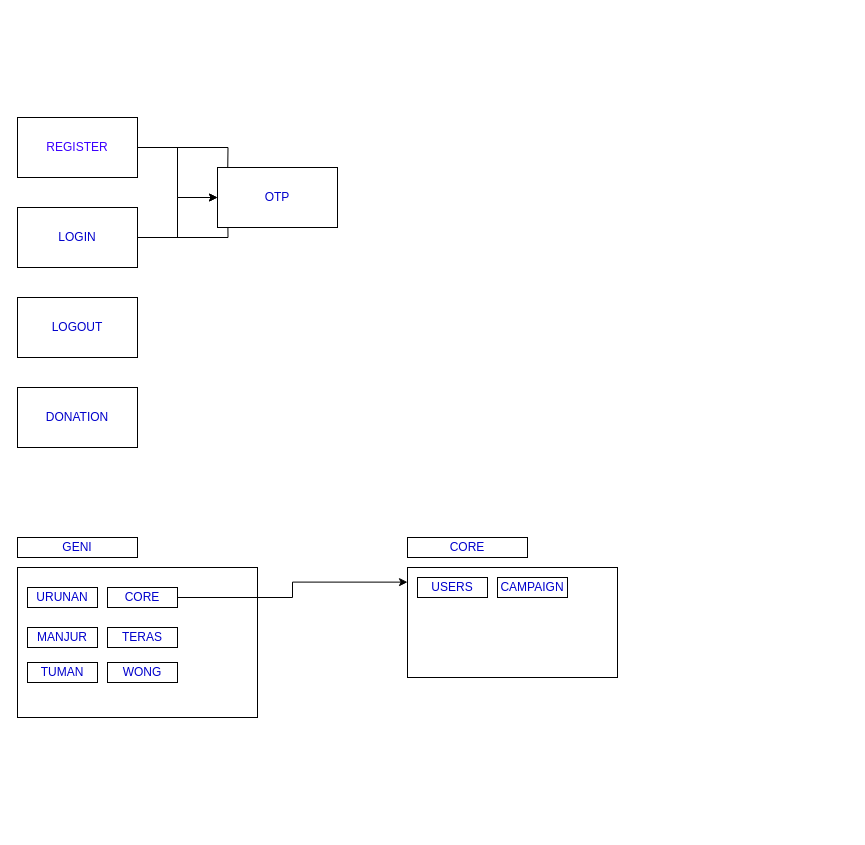
This is page "WB" (2 of 3) of KTBS-DAS-System-Diagram.drawio from WisnuBramantyo/KTBS-Testing, a draw.io file, before an edit. Source tidied: cells renumbered, new cells numbered last; positions are measured from the earlier drawing's top-left corner, leaving out a move shared by most shapes. Both pictures are drawn from the tidied source at 100%, with x=0, y=0 at pixel (17, 117).
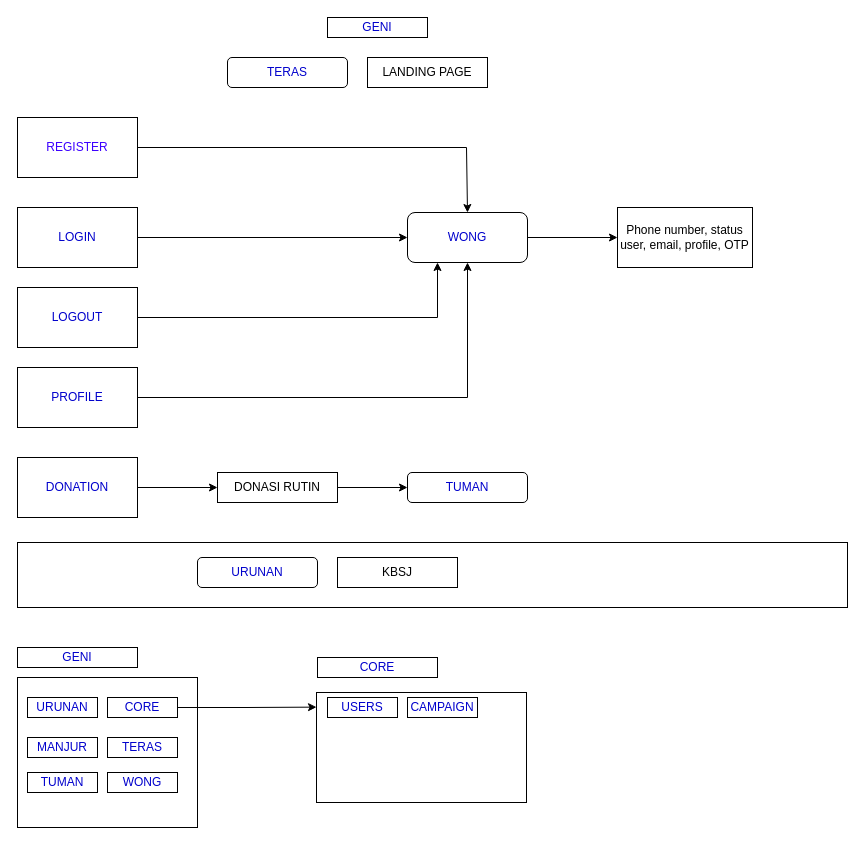
The same diagram, later.

Unchanged cells that the change refers to:
```xml
<mxCell id="4" value="&lt;font color=&quot;#0000cc&quot;&gt;LOGIN&lt;/font&gt;&lt;br&gt;" style="rounded=0;whiteSpace=wrap;html=1;" parent="1" vertex="1">
  <mxGeometry y="90" width="120" height="60" as="geometry" />
</mxCell>
<mxCell id="7" value="&lt;font color=&quot;#3c00ff&quot;&gt;REGISTER&lt;/font&gt;" style="rounded=0;whiteSpace=wrap;html=1;" parent="1" vertex="1">
  <mxGeometry width="120" height="60" as="geometry" />
</mxCell>
```

Change to the diagram source:
```diff
@@
-    <mxCell id="2" style="edgeStyle=orthogonalEdgeStyle;rounded=0;jettySize=auto;html=1;entryX=0;entryY=0.5;entryDx=0;entryDy=0;" parent="1" edge="1" source="4">
-      <mxGeometry relative="1" as="geometry">
-        <mxPoint x="210" y="70" as="targetPoint" />
-      </mxGeometry>
-    </mxCell>
-    <mxCell id="3" style="edgeStyle=orthogonalEdgeStyle;rounded=0;jettySize=auto;html=1;" parent="1" edge="1" source="4" target="10">
-      <mxGeometry relative="1" as="geometry" />
-    </mxCell>
+    <mxCell id="24" style="rounded=0;whiteSpace=wrap;html=1;" parent="1" vertex="1">
+      <mxGeometry y="425" width="830" height="65" as="geometry" />
+    </mxCell>
+    <mxCell id="25" style="edgeStyle=orthogonalEdgeStyle;rounded=0;jettySize=auto;html=1;entryX=0;entryY=0.5;entryDx=0;entryDy=0;" parent="1" edge="1" source="4" target="30">
+      <mxGeometry relative="1" as="geometry" />
+    </mxCell>
@@
-    <mxCell id="5" style="edgeStyle=orthogonalEdgeStyle;rounded=0;jettySize=auto;html=1;" parent="1" edge="1" source="7">
-      <mxGeometry relative="1" as="geometry">
-        <mxPoint x="210" y="70" as="targetPoint" />
-      </mxGeometry>
-    </mxCell>
-    <mxCell id="6" style="edgeStyle=orthogonalEdgeStyle;rounded=0;jettySize=auto;html=1;" parent="1" edge="1" source="7" target="10">
-      <mxGeometry relative="1" as="geometry" />
-    </mxCell>
+    <mxCell id="26" style="edgeStyle=orthogonalEdgeStyle;rounded=0;jettySize=auto;html=1;entryX=0.5;entryY=0;entryDx=0;entryDy=0;" parent="1" edge="1" source="7" target="30">
+      <mxGeometry relative="1" as="geometry">
+        <Array as="points">
+          <mxPoint x="449" y="30" />
+        </Array>
+      </mxGeometry>
+    </mxCell>
@@
+    <mxCell id="27" style="edgeStyle=orthogonalEdgeStyle;rounded=0;jettySize=auto;html=1;entryX=0.5;entryY=1;entryDx=0;entryDy=0;" parent="1" edge="1" source="8" target="30">
+      <mxGeometry relative="1" as="geometry" />
+    </mxCell>
-    <mxCell id="8" value="&lt;font color=&quot;#0000cc&quot;&gt;LOGOUT&lt;/font&gt;" style="rounded=0;whiteSpace=wrap;html=1;" parent="1" vertex="1">
-      <mxGeometry y="180" width="120" height="60" as="geometry" />
+    <mxCell id="8" value="&lt;font color=&quot;#0000cc&quot;&gt;PROFILE&lt;/font&gt;" style="rounded=0;whiteSpace=wrap;html=1;" parent="1" vertex="1">
+      <mxGeometry y="250" width="120" height="60" as="geometry" />
     </mxCell>
+    <mxCell id="28" style="edgeStyle=orthogonalEdgeStyle;rounded=0;jettySize=auto;html=1;" parent="1" edge="1" source="9" target="37">
+      <mxGeometry relative="1" as="geometry" />
+    </mxCell>
     <mxCell id="9" value="&lt;font color=&quot;#0000cc&quot;&gt;DONATION&lt;/font&gt;" style="rounded=0;whiteSpace=wrap;html=1;" parent="1" vertex="1">
-      <mxGeometry y="270" width="120" height="60" as="geometry" />
+      <mxGeometry y="340" width="120" height="60" as="geometry" />
     </mxCell>
-    <mxCell id="10" value="&lt;font color=&quot;#0000cc&quot;&gt;OTP&lt;/font&gt;" style="rounded=0;whiteSpace=wrap;html=1;" parent="1" vertex="1">
-      <mxGeometry x="200" y="50" width="120" height="60" as="geometry" />
-    </mxCell>
     <mxCell id="11" style="rounded=0;whiteSpace=wrap;html=1;" parent="1" vertex="1">
-      <mxGeometry y="450" width="240" height="150" as="geometry" />
+      <mxGeometry y="560" width="180" height="150" as="geometry" />
     </mxCell>
     <mxCell id="12" style="rounded=0;whiteSpace=wrap;html=1;" parent="1" vertex="1">
-      <mxGeometry x="390" y="450" width="210" height="110" as="geometry" />
+      <mxGeometry x="299" y="575" width="210" height="110" as="geometry" />
     </mxCell>
     <mxCell id="13" value="&lt;font style=&quot;font-size: 12px&quot; color=&quot;#0000cc&quot;&gt;URUNAN&lt;/font&gt;" style="rounded=0;whiteSpace=wrap;html=1;" parent="1" vertex="1">
-      <mxGeometry x="10" y="470" width="70" height="20" as="geometry" />
+      <mxGeometry x="10" y="580" width="70" height="20" as="geometry" />
     </mxCell>
@@
     <mxCell id="15" value="&lt;font style=&quot;font-size: 12px&quot; color=&quot;#0000cc&quot;&gt;CORE&lt;/font&gt;" style="rounded=0;whiteSpace=wrap;html=1;" parent="1" vertex="1">
-      <mxGeometry x="90" y="470" width="70" height="20" as="geometry" />
+      <mxGeometry x="90" y="580" width="70" height="20" as="geometry" />
     </mxCell>
     <mxCell id="16" value="&lt;font style=&quot;font-size: 12px&quot; color=&quot;#0000cc&quot;&gt;MANJUR&lt;/font&gt;" style="rounded=0;whiteSpace=wrap;html=1;" parent="1" vertex="1">
-      <mxGeometry x="10" y="510" width="70" height="20" as="geometry" />
+      <mxGeometry x="10" y="620" width="70" height="20" as="geometry" />
     </mxCell>
     <mxCell id="17" value="&lt;font style=&quot;font-size: 12px&quot; color=&quot;#0000cc&quot;&gt;TERAS&lt;/font&gt;" style="rounded=0;whiteSpace=wrap;html=1;" parent="1" vertex="1">
-      <mxGeometry x="90" y="510" width="70" height="20" as="geometry" />
+      <mxGeometry x="90" y="620" width="70" height="20" as="geometry" />
     </mxCell>
     <mxCell id="18" value="&lt;font style=&quot;font-size: 12px&quot; color=&quot;#0000cc&quot;&gt;TUMAN&lt;/font&gt;" style="rounded=0;whiteSpace=wrap;html=1;" parent="1" vertex="1">
-      <mxGeometry x="10" y="545" width="70" height="20" as="geometry" />
+      <mxGeometry x="10" y="655" width="70" height="20" as="geometry" />
     </mxCell>
     <mxCell id="19" value="&lt;font style=&quot;font-size: 12px&quot; color=&quot;#0000cc&quot;&gt;WONG&lt;/font&gt;" style="rounded=0;whiteSpace=wrap;html=1;" parent="1" vertex="1">
-      <mxGeometry x="90" y="545" width="70" height="20" as="geometry" />
+      <mxGeometry x="90" y="655" width="70" height="20" as="geometry" />
     </mxCell>
     <mxCell id="20" value="&lt;font style=&quot;font-size: 12px&quot; color=&quot;#0000cc&quot;&gt;USERS&lt;/font&gt;" style="rounded=0;whiteSpace=wrap;html=1;" parent="1" vertex="1">
-      <mxGeometry x="400" y="460" width="70" height="20" as="geometry" />
+      <mxGeometry x="310" y="580" width="70" height="20" as="geometry" />
     </mxCell>
     <mxCell id="21" value="&lt;font style=&quot;font-size: 12px&quot; color=&quot;#0000cc&quot;&gt;CAMPAIGN&lt;/font&gt;" style="rounded=0;whiteSpace=wrap;html=1;" parent="1" vertex="1">
-      <mxGeometry x="480" y="460" width="70" height="20" as="geometry" />
+      <mxGeometry x="390" y="580" width="70" height="20" as="geometry" />
     </mxCell>
     <mxCell id="22" value="&lt;font color=&quot;#0000cc&quot;&gt;GENI&lt;/font&gt;" style="rounded=0;whiteSpace=wrap;html=1;" parent="1" vertex="1">
-      <mxGeometry y="420" width="120" height="20" as="geometry" />
+      <mxGeometry y="530" width="120" height="20" as="geometry" />
     </mxCell>
     <mxCell id="23" value="&lt;font color=&quot;#0000cc&quot;&gt;CORE&lt;/font&gt;" style="rounded=0;whiteSpace=wrap;html=1;" parent="1" vertex="1">
-      <mxGeometry x="390" y="420" width="120" height="20" as="geometry" />
+      <mxGeometry x="300" y="540" width="120" height="20" as="geometry" />
     </mxCell>
+    <mxCell id="29" style="edgeStyle=orthogonalEdgeStyle;rounded=0;jettySize=auto;html=1;entryX=0;entryY=0.5;entryDx=0;entryDy=0;" parent="1" edge="1" source="30" target="34">
+      <mxGeometry relative="1" as="geometry" />
+    </mxCell>
+    <mxCell id="30" value="&lt;font color=&quot;#0000cc&quot;&gt;WONG&lt;/font&gt;" style="rounded=1;whiteSpace=wrap;html=1;" parent="1" vertex="1">
+      <mxGeometry x="390" y="95" width="120" height="50" as="geometry" />
+    </mxCell>
+    <mxCell id="31" value="&lt;font color=&quot;#0000cc&quot;&gt;URUNAN&lt;/font&gt;" style="rounded=1;whiteSpace=wrap;html=1;" parent="1" vertex="1">
+      <mxGeometry x="180" y="440" width="120" height="30" as="geometry" />
+    </mxCell>
+    <mxCell id="32" value="&lt;font color=&quot;#0000cc&quot;&gt;TERAS&lt;/font&gt;" style="rounded=1;whiteSpace=wrap;html=1;" parent="1" vertex="1">
+      <mxGeometry x="210" y="-60" width="120" height="30" as="geometry" />
+    </mxCell>
+    <mxCell id="33" value="&lt;font color=&quot;#0000cc&quot;&gt;GENI&lt;/font&gt;" style="rounded=0;whiteSpace=wrap;html=1;" parent="1" vertex="1">
+      <mxGeometry x="310" y="-100" width="100" height="20" as="geometry" />
+    </mxCell>
+    <mxCell id="34" value="Phone number, status user, email, profile, OTP" style="rounded=0;whiteSpace=wrap;html=1;" parent="1" vertex="1">
+      <mxGeometry x="600" y="90" width="135" height="60" as="geometry" />
+    </mxCell>
+    <mxCell id="35" value="KBSJ" style="rounded=0;whiteSpace=wrap;html=1;" parent="1" vertex="1">
+      <mxGeometry x="320" y="440" width="120" height="30" as="geometry" />
+    </mxCell>
+    <mxCell id="36" style="edgeStyle=orthogonalEdgeStyle;rounded=0;jettySize=auto;html=1;" parent="1" edge="1" source="37" target="41">
+      <mxGeometry relative="1" as="geometry" />
+    </mxCell>
+    <mxCell id="37" value="DONASI RUTIN" style="rounded=0;whiteSpace=wrap;html=1;" parent="1" vertex="1">
+      <mxGeometry x="200" y="355" width="120" height="30" as="geometry" />
+    </mxCell>
+    <mxCell id="38" value="LANDING PAGE" style="rounded=0;whiteSpace=wrap;html=1;" parent="1" vertex="1">
+      <mxGeometry x="350" y="-60" width="120" height="30" as="geometry" />
+    </mxCell>
+    <mxCell id="39" style="edgeStyle=orthogonalEdgeStyle;rounded=0;jettySize=auto;html=1;entryX=0.25;entryY=1;entryDx=0;entryDy=0;" parent="1" edge="1" source="40" target="30">
+      <mxGeometry relative="1" as="geometry" />
+    </mxCell>
+    <mxCell id="40" value="&lt;font color=&quot;#0000cc&quot;&gt;LOGOUT&lt;/font&gt;" style="rounded=0;whiteSpace=wrap;html=1;" parent="1" vertex="1">
+      <mxGeometry y="170" width="120" height="60" as="geometry" />
+    </mxCell>
+    <mxCell id="41" value="&lt;font color=&quot;#0000cc&quot;&gt;TUMAN&lt;/font&gt;" style="rounded=1;whiteSpace=wrap;html=1;" parent="1" vertex="1">
+      <mxGeometry x="390" y="355" width="120" height="30" as="geometry" />
+    </mxCell>
```
